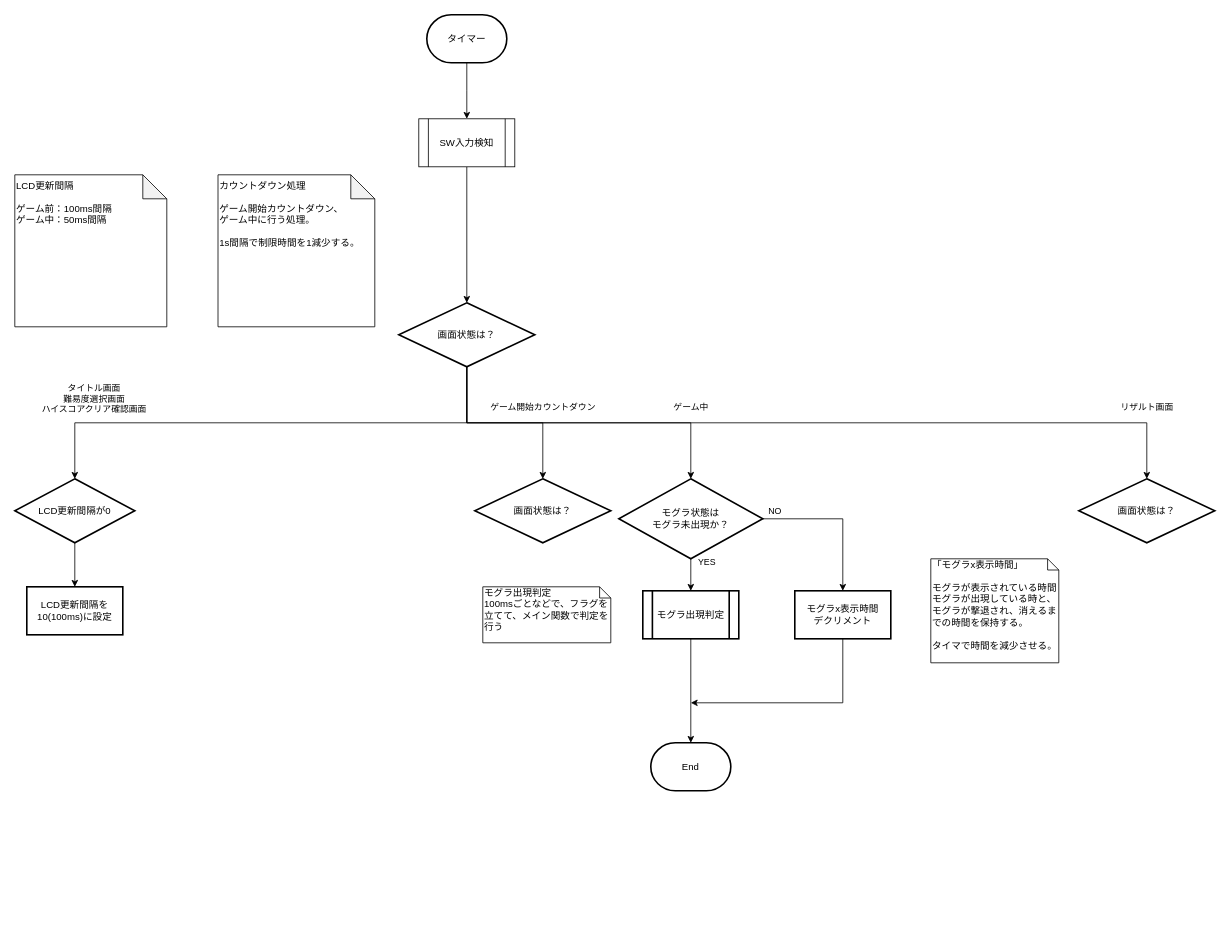
This is page "割込み" (3 of 6) of 資料/設計書/フローチャート/モグラ叩き_フローチャート_ゲーム中.drawio from hakohumi/comp.train.whack-a-mole, a draw.io file, before an edit. Source tidied: cells renumbered, new cells numbered last; positions are measured from the earlier drawing's top-left corner, leaving out a move shared by most shapes. Both pictures are drawn from the tidied source at 80%, with x=0, y=0 at pixel (14, 14).
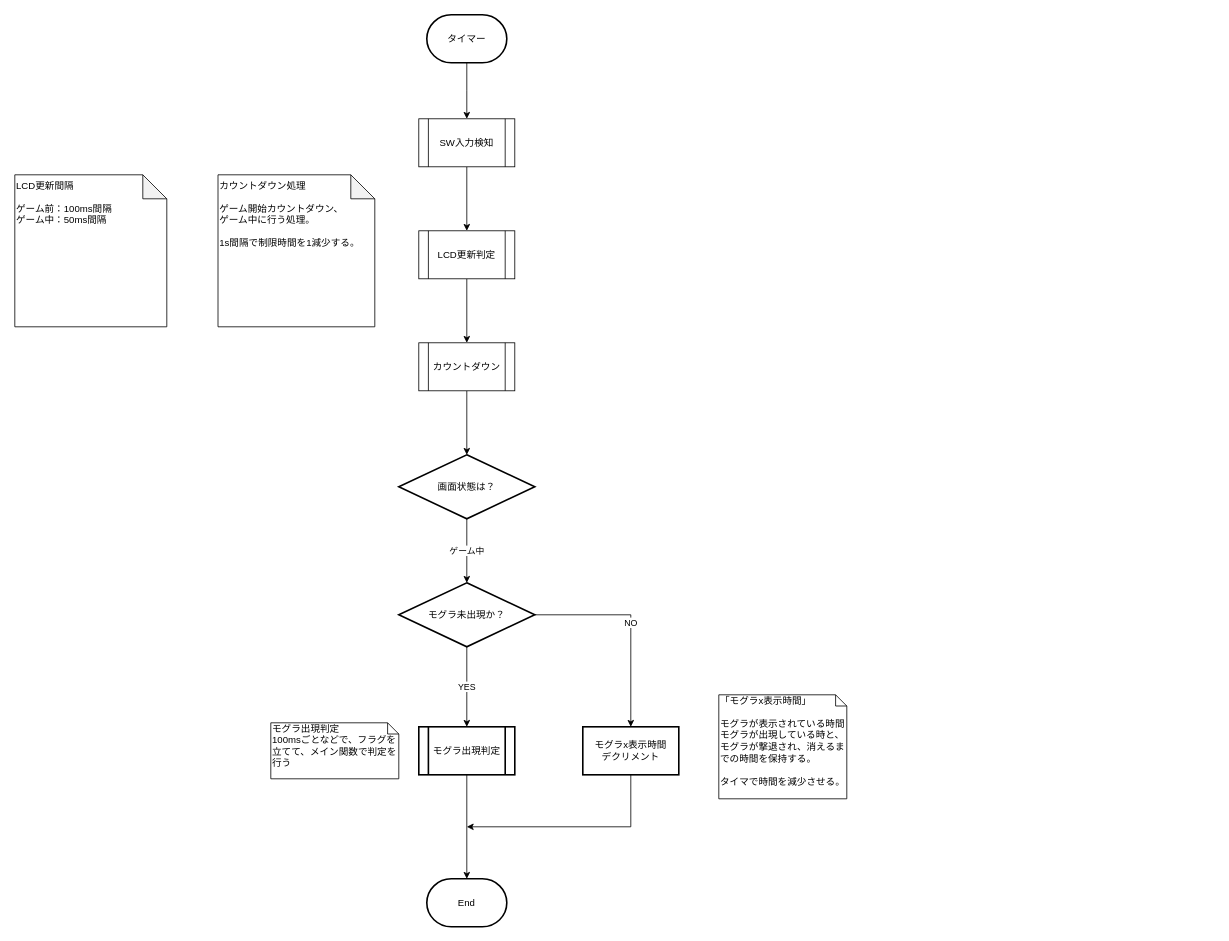
The same page after the edit.

Commit message (it also covers changes not shown here):
設計/フローチャート/ゲーム中 Fixes #38

The change refers to these unchanged cells:
```xml
<mxCell id="20" value="SW入力検知" style="shape=process;whiteSpace=wrap;html=1;backgroundOutline=1;" parent="1" vertex="1">
  <mxGeometry x="505" y="130" width="120" height="60" as="geometry" />
</mxCell>
```

The edit, as a diff of the source:
```diff
@@
-    <mxCell id="2" value="YES" style="edgeStyle=orthogonalEdgeStyle;rounded=0;jettySize=auto;html=1;" parent="1" edge="1" source="4" target="8">
-      <mxGeometry x="-0.8" y="20" relative="1" as="geometry" />
-    </mxCell>
-    <mxCell id="3" value="NO" style="edgeStyle=orthogonalEdgeStyle;rounded=0;jettySize=auto;html=1;exitX=1;exitY=0.5;exitDx=0;exitDy=0;exitPerimeter=0;" parent="1" edge="1" source="4" target="11">
-      <mxGeometry x="-0.84" y="10" relative="1" as="geometry" />
-    </mxCell>
-    <mxCell id="4" value="モグラ状態は&lt;br&gt;モグラ未出現か？" style="strokeWidth=2;html=1;shape=mxgraph.flowchart.decision;whiteSpace=wrap;" parent="1" vertex="1">
-      <mxGeometry x="755" y="580" width="180" height="100" as="geometry" />
-    </mxCell>
     <mxCell id="5" value="「モグラx表示時間」&lt;br&gt;&lt;br&gt;モグラが表示されている時間&lt;br&gt;モグラが出現している時と、モグラが撃退され、消えるまでの時間を保持する。&lt;br&gt;&lt;br&gt;タイマで時間を減少させる。" style="shape=note;whiteSpace=wrap;html=1;size=14;verticalAlign=top;align=left;spacingTop=-6;" parent="1" vertex="1">
-      <mxGeometry x="1145" y="680" width="160" height="130" as="geometry" />
+      <mxGeometry x="880" y="850" width="160" height="130" as="geometry" />
     </mxCell>
     <mxCell id="6" value="モグラ出現判定&lt;br&gt;100msごとなどで、フラグを立てて、メイン関数で判定を行う" style="shape=note;whiteSpace=wrap;html=1;size=14;verticalAlign=top;align=left;spacingTop=-6;" parent="1" vertex="1">
-      <mxGeometry x="585" y="715" width="160" height="70" as="geometry" />
+      <mxGeometry x="320" y="885" width="160" height="70" as="geometry" />
     </mxCell>
@@
     <mxCell id="8" value="モグラ出現判定" style="shape=process;whiteSpace=wrap;html=1;backgroundOutline=1;strokeWidth=2;" parent="1" vertex="1">
-      <mxGeometry x="785" y="720" width="120" height="60" as="geometry" />
+      <mxGeometry x="505" y="890" width="120" height="60" as="geometry" />
     </mxCell>
     <mxCell id="9" value="End" style="strokeWidth=2;html=1;shape=mxgraph.flowchart.terminator;whiteSpace=wrap;" parent="1" vertex="1">
-      <mxGeometry x="795" y="910" width="100" height="60" as="geometry" />
+      <mxGeometry x="515" y="1080" width="100" height="60" as="geometry" />
     </mxCell>
-    <mxCell id="10" style="edgeStyle=orthogonalEdgeStyle;rounded=0;jettySize=auto;html=1;exitX=0.5;exitY=1;exitDx=0;exitDy=0;" parent="1" edge="1" source="11">
-      <mxGeometry relative="1" as="geometry">
-        <mxPoint x="845" y="860" as="targetPoint" />
-        <Array as="points">
-          <mxPoint x="1035" y="860" />
-        </Array>
-      </mxGeometry>
-    </mxCell>
+    <mxCell id="28" style="edgeStyle=orthogonalEdgeStyle;rounded=0;jettySize=auto;html=1;exitX=0.5;exitY=1;exitDx=0;exitDy=0;" parent="1" edge="1" source="11">
+      <mxGeometry relative="1" as="geometry">
+        <mxPoint x="565" y="1015" as="targetPoint" />
+        <Array as="points">
+          <mxPoint x="770" y="1015" />
+        </Array>
+      </mxGeometry>
+    </mxCell>
     <mxCell id="11" value="モグラx表示時間&lt;br&gt;デクリメント" style="whiteSpace=wrap;html=1;strokeWidth=2;" parent="1" vertex="1">
-      <mxGeometry x="975" y="720" width="120" height="60" as="geometry" />
+      <mxGeometry x="710" y="890" width="120" height="60" as="geometry" />
     </mxCell>
-    <mxCell id="12" value="ゲーム中" style="edgeStyle=orthogonalEdgeStyle;rounded=0;jettySize=auto;html=1;exitX=0.5;exitY=1;exitDx=0;exitDy=0;" parent="1" edge="1" source="16" target="4">
-      <mxGeometry x="0.67" y="20" relative="1" as="geometry">
-        <mxPoint x="-20" y="-20" as="offset" />
-      </mxGeometry>
-    </mxCell>
-    <mxCell id="13" value="タイトル画面&lt;br&gt;難易度選択画面&lt;br&gt;ハイスコアクリア確認画面" style="edgeStyle=orthogonalEdgeStyle;rounded=0;jettySize=auto;html=1;exitX=0.5;exitY=1;exitDx=0;exitDy=0;entryX=0.5;entryY=0;entryDx=0;entryDy=0;" parent="1" edge="1" source="16" target="22">
-      <mxGeometry x="0.7" y="-30" relative="1" as="geometry">
-        <Array as="points">
-          <mxPoint x="565" y="510" />
-          <mxPoint x="75" y="510" />
-        </Array>
-      </mxGeometry>
-    </mxCell>
-    <mxCell id="14" value="ゲーム開始カウントダウン" style="edgeStyle=orthogonalEdgeStyle;rounded=0;jettySize=auto;html=1;" parent="1" edge="1" source="16" target="23">
-      <mxGeometry x="0.4" y="20" relative="1" as="geometry">
-        <mxPoint x="-20" y="-20" as="offset" />
-      </mxGeometry>
-    </mxCell>
-    <mxCell id="15" value="リザルト画面" style="edgeStyle=orthogonalEdgeStyle;rounded=0;jettySize=auto;html=1;exitX=0.5;exitY=1;exitDx=0;exitDy=0;" parent="1" edge="1" source="16" target="24">
-      <mxGeometry x="0.86" y="20" relative="1" as="geometry">
-        <mxPoint x="-20" y="-20" as="offset" />
-      </mxGeometry>
-    </mxCell>
-    <mxCell id="16" value="画面状態は？" style="rhombus;whiteSpace=wrap;html=1;strokeWidth=2;" parent="1" vertex="1">
-      <mxGeometry x="480" y="360" width="170" height="80" as="geometry" />
-    </mxCell>
@@
-    <mxCell id="19" style="edgeStyle=orthogonalEdgeStyle;rounded=0;jettySize=auto;html=1;exitX=0.5;exitY=1;exitDx=0;exitDy=0;entryX=0.5;entryY=0;entryDx=0;entryDy=0;" parent="1" edge="1" source="20" target="16">
-      <mxGeometry relative="1" as="geometry" />
-    </mxCell>
+    <mxCell id="29" style="edgeStyle=orthogonalEdgeStyle;rounded=0;jettySize=auto;html=1;" parent="1" edge="1" source="20" target="32">
+      <mxGeometry relative="1" as="geometry" />
+    </mxCell>
@@
-    <mxCell id="21" style="edgeStyle=orthogonalEdgeStyle;rounded=0;jettySize=auto;html=1;" parent="1" edge="1" source="22" target="27">
-      <mxGeometry relative="1" as="geometry" />
-    </mxCell>
-    <mxCell id="22" value="LCD更新間隔が0" style="rhombus;whiteSpace=wrap;html=1;strokeWidth=2;" parent="1" vertex="1">
-      <mxGeometry y="580" width="150" height="80" as="geometry" />
-    </mxCell>
-    <mxCell id="23" value="画面状態は？" style="rhombus;whiteSpace=wrap;html=1;strokeWidth=2;" parent="1" vertex="1">
-      <mxGeometry x="575" y="580" width="170" height="80" as="geometry" />
-    </mxCell>
-    <mxCell id="24" value="画面状態は？" style="rhombus;whiteSpace=wrap;html=1;strokeWidth=2;" parent="1" vertex="1">
-      <mxGeometry x="1330" y="580" width="170" height="80" as="geometry" />
-    </mxCell>
@@
-    <mxCell id="27" value="LCD更新間隔を10(100ms)に設定" style="whiteSpace=wrap;html=1;strokeWidth=2;" parent="1" vertex="1">
-      <mxGeometry x="15" y="715" width="120" height="60" as="geometry" />
-    </mxCell>
+    <mxCell id="12" value="ゲーム中" style="edgeStyle=orthogonalEdgeStyle;rounded=0;jettySize=auto;html=1;" parent="1" edge="1" source="30" target="35">
+      <mxGeometry relative="1" as="geometry" />
+    </mxCell>
+    <mxCell id="30" value="画面状態は？" style="rhombus;whiteSpace=wrap;html=1;strokeWidth=2;" parent="1" vertex="1">
+      <mxGeometry x="480" y="550" width="170" height="80" as="geometry" />
+    </mxCell>
+    <mxCell id="31" style="edgeStyle=orthogonalEdgeStyle;rounded=0;jettySize=auto;html=1;" parent="1" edge="1" source="32" target="34">
+      <mxGeometry relative="1" as="geometry" />
+    </mxCell>
+    <mxCell id="32" value="LCD更新判定" style="shape=process;whiteSpace=wrap;html=1;backgroundOutline=1;" parent="1" vertex="1">
+      <mxGeometry x="505" y="270" width="120" height="60" as="geometry" />
+    </mxCell>
+    <mxCell id="33" style="edgeStyle=orthogonalEdgeStyle;rounded=0;jettySize=auto;html=1;" parent="1" edge="1" source="34" target="30">
+      <mxGeometry relative="1" as="geometry" />
+    </mxCell>
+    <mxCell id="34" value="カウントダウン" style="shape=process;whiteSpace=wrap;html=1;backgroundOutline=1;" parent="1" vertex="1">
+      <mxGeometry x="505" y="410" width="120" height="60" as="geometry" />
+    </mxCell>
+    <mxCell id="2" value="YES" style="edgeStyle=orthogonalEdgeStyle;rounded=0;jettySize=auto;html=1;" parent="1" edge="1" source="35" target="8">
+      <mxGeometry relative="1" as="geometry" />
+    </mxCell>
+    <mxCell id="3" value="NO" style="edgeStyle=orthogonalEdgeStyle;rounded=0;jettySize=auto;html=1;exitX=1;exitY=0.5;exitDx=0;exitDy=0;entryX=0.5;entryY=0;entryDx=0;entryDy=0;" parent="1" edge="1" source="35" target="11">
+      <mxGeometry relative="1" as="geometry" />
+    </mxCell>
+    <mxCell id="35" value="モグラ未出現か？" style="rhombus;whiteSpace=wrap;html=1;strokeWidth=2;" parent="1" vertex="1">
+      <mxGeometry x="480" y="710" width="170" height="80" as="geometry" />
+    </mxCell>
```
